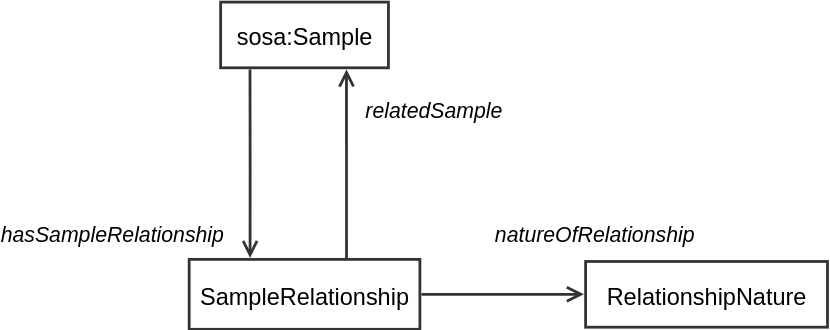
Above: ssn/images/SampleRelations.svg in w3c/sdw-sosa-ssn (draw.io), before the change. Source tidied: cells renumbered, new cells last; positions are measured from the earlier drawing's top-left corner, leaving out a move shared by most shapes. Its diagram source:
```xml
<mxGraphModel>
  <root>
    <mxCell id="0" />
    <mxCell id="1" parent="0" />
    <mxCell id="2" value="natureOfRelationship" style="html=1;overflow=block;blockSpacing=1;whiteSpace=wrap;fontSize=15.2;fontColor=default;fontStyle=2;align=center;spacing=0;strokeColor=none;strokeOpacity=100;fillOpacity=100;fillColor=none;strokeWidth=2;lucidId=XE7gh~OT6mx1;convertToSvg=1;" parent="1" vertex="1">
      <mxGeometry x="355" y="142.5" width="135" height="45" as="geometry" />
    </mxCell>
    <mxCell id="3" value="sosa:Sample" style="html=1;overflow=block;blockSpacing=1;whiteSpace=wrap;fontSize=16.8;align=center;spacing=0;strokeColor=#333333;fillColor=none;strokeWidth=2;fontColor=default;convertToSvg=1;" parent="1" vertex="1">
      <mxGeometry x="155" width="120" height="47" as="geometry" />
    </mxCell>
    <mxCell id="4" value="RelationshipNature" style="html=1;overflow=block;blockSpacing=1;whiteSpace=wrap;fontSize=16.8;align=center;spacing=0;strokeColor=#333333;fillColor=none;strokeWidth=2;fontColor=default;convertToSvg=1;" parent="1" vertex="1">
      <mxGeometry x="416" y="185.5" width="173" height="47" as="geometry" />
    </mxCell>
    <mxCell id="5" value="SampleRelationship" style="html=1;overflow=block;blockSpacing=1;whiteSpace=wrap;fontSize=16.8;align=center;spacing=0;strokeColor=#333333;fillColor=none;strokeWidth=2;fontColor=default;convertToSvg=1;" parent="1" vertex="1">
      <mxGeometry x="132.5" y="184" width="165" height="50" as="geometry" />
    </mxCell>
    <mxCell id="6" style="html=1;jettySize=18;whiteSpace=wrap;fontSize=13;strokeColor=#333333;strokeOpacity=100;strokeWidth=2;rounded=1;arcSize=24;edgeStyle=orthogonalEdgeStyle;startArrow=none;endArrow=open;exitX=0.682;exitY=-0.021;exitPerimeter=0;entryX=0.75;entryY=1.024;entryPerimeter=0;lucidId=5L~id88PjVCN;endSize=8;startSize=8;fontColor=default;convertToSvg=1;" parent="1" edge="1" source="5" target="3">
      <mxGeometry relative="1" as="geometry" />
    </mxCell>
    <mxCell id="7" style="html=1;jettySize=18;whiteSpace=wrap;fontSize=13;strokeColor=#333333;strokeOpacity=100;strokeWidth=2;rounded=1;arcSize=24;edgeStyle=orthogonalEdgeStyle;startArrow=open;endArrow=none;exitX=-0.007;exitY=0.5;exitPerimeter=0;entryX=1.007;entryY=0.5;entryPerimeter=0;lucidId=TV~iXHStEFZ6;endSize=8;startSize=8;fontColor=default;convertToSvg=1;" parent="1" edge="1" source="4" target="5">
      <mxGeometry relative="1" as="geometry" />
    </mxCell>
    <mxCell id="8" style="html=1;jettySize=18;whiteSpace=wrap;fontSize=13;strokeColor=#333333;strokeOpacity=100;strokeWidth=2;rounded=1;arcSize=24;edgeStyle=orthogonalEdgeStyle;startArrow=open;endArrow=none;exitX=0.264;exitY=-0.021;exitPerimeter=0;entryX=0.175;entryY=1.024;entryPerimeter=0;lucidId=X8Vk5~VsQ~W2;startSize=8;endSize=8;fontColor=default;convertToSvg=1;" parent="1" edge="1" source="5" target="3">
      <mxGeometry relative="1" as="geometry" />
    </mxCell>
    <mxCell id="9" value="hasSampleRelationship" style="html=1;overflow=block;blockSpacing=1;whiteSpace=wrap;fontSize=15.2;fontColor=default;fontStyle=2;align=center;spacing=0;strokeColor=none;strokeOpacity=100;fillOpacity=100;fillColor=none;strokeWidth=2;lucidId=d9VkmIubUQAC;convertToSvg=1;" parent="1" vertex="1">
      <mxGeometry y="150" width="155" height="30" as="geometry" />
    </mxCell>
    <mxCell id="10" value="relatedSample" style="html=1;overflow=block;blockSpacing=1;whiteSpace=wrap;fontSize=15.2;fontColor=default;fontStyle=2;align=center;spacing=0;strokeColor=none;strokeOpacity=100;fillOpacity=100;fillColor=none;strokeWidth=2;lucidId=z9Vk8KrvhMpU;convertToSvg=1;" parent="1" vertex="1">
      <mxGeometry x="255" y="60" width="105" height="33" as="geometry" />
    </mxCell>
  </root>
</mxGraphModel>
```
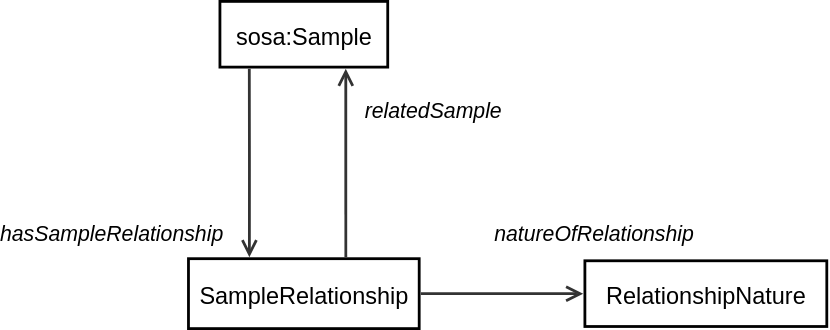
After the change.

Commit message:
Move terms in Sample Relations extension into core sosa: namespace; Fix ontology IRI for Sample Relations module

Diff of the diagram source:
```diff
@@ -5,13 +5,13 @@
     <mxCell id="2" value="natureOfRelationship" style="html=1;overflow=block;blockSpacing=1;whiteSpace=wrap;fontSize=15.2;fontColor=default;fontStyle=2;align=center;spacing=0;strokeColor=none;strokeOpacity=100;fillOpacity=100;fillColor=none;strokeWidth=2;lucidId=XE7gh~OT6mx1;convertToSvg=1;" parent="1" vertex="1">
       <mxGeometry x="355" y="142.5" width="135" height="45" as="geometry" />
     </mxCell>
-    <mxCell id="3" value="sosa:Sample" style="html=1;overflow=block;blockSpacing=1;whiteSpace=wrap;fontSize=16.8;align=center;spacing=0;strokeColor=#333333;fillColor=none;strokeWidth=2;fontColor=default;convertToSvg=1;" parent="1" vertex="1">
+    <mxCell id="3" value="sosa:Sample" style="html=1;overflow=block;blockSpacing=1;whiteSpace=wrap;fontSize=16.8;align=center;spacing=0;strokeWidth=2;convertToSvg=1;" parent="1" vertex="1">
       <mxGeometry x="155" width="120" height="47" as="geometry" />
     </mxCell>
-    <mxCell id="4" value="RelationshipNature" style="html=1;overflow=block;blockSpacing=1;whiteSpace=wrap;fontSize=16.8;align=center;spacing=0;strokeColor=#333333;fillColor=none;strokeWidth=2;fontColor=default;convertToSvg=1;" parent="1" vertex="1">
+    <mxCell id="4" value="RelationshipNature" style="html=1;overflow=block;blockSpacing=1;whiteSpace=wrap;fontSize=16.8;align=center;spacing=0;strokeWidth=2;convertToSvg=1;" parent="1" vertex="1">
       <mxGeometry x="416" y="185.5" width="173" height="47" as="geometry" />
     </mxCell>
-    <mxCell id="5" value="SampleRelationship" style="html=1;overflow=block;blockSpacing=1;whiteSpace=wrap;fontSize=16.8;align=center;spacing=0;strokeColor=#333333;fillColor=none;strokeWidth=2;fontColor=default;convertToSvg=1;" parent="1" vertex="1">
+    <mxCell id="5" value="SampleRelationship" style="html=1;overflow=block;blockSpacing=1;whiteSpace=wrap;fontSize=16.8;align=center;spacing=0;strokeWidth=2;convertToSvg=1;" parent="1" vertex="1">
       <mxGeometry x="132.5" y="184" width="165" height="50" as="geometry" />
     </mxCell>
     <mxCell id="6" style="html=1;jettySize=18;whiteSpace=wrap;fontSize=13;strokeColor=#333333;strokeOpacity=100;strokeWidth=2;rounded=1;arcSize=24;edgeStyle=orthogonalEdgeStyle;startArrow=none;endArrow=open;exitX=0.682;exitY=-0.021;exitPerimeter=0;entryX=0.75;entryY=1.024;entryPerimeter=0;lucidId=5L~id88PjVCN;endSize=8;startSize=8;fontColor=default;convertToSvg=1;" parent="1" edge="1" source="5" target="3">
```
